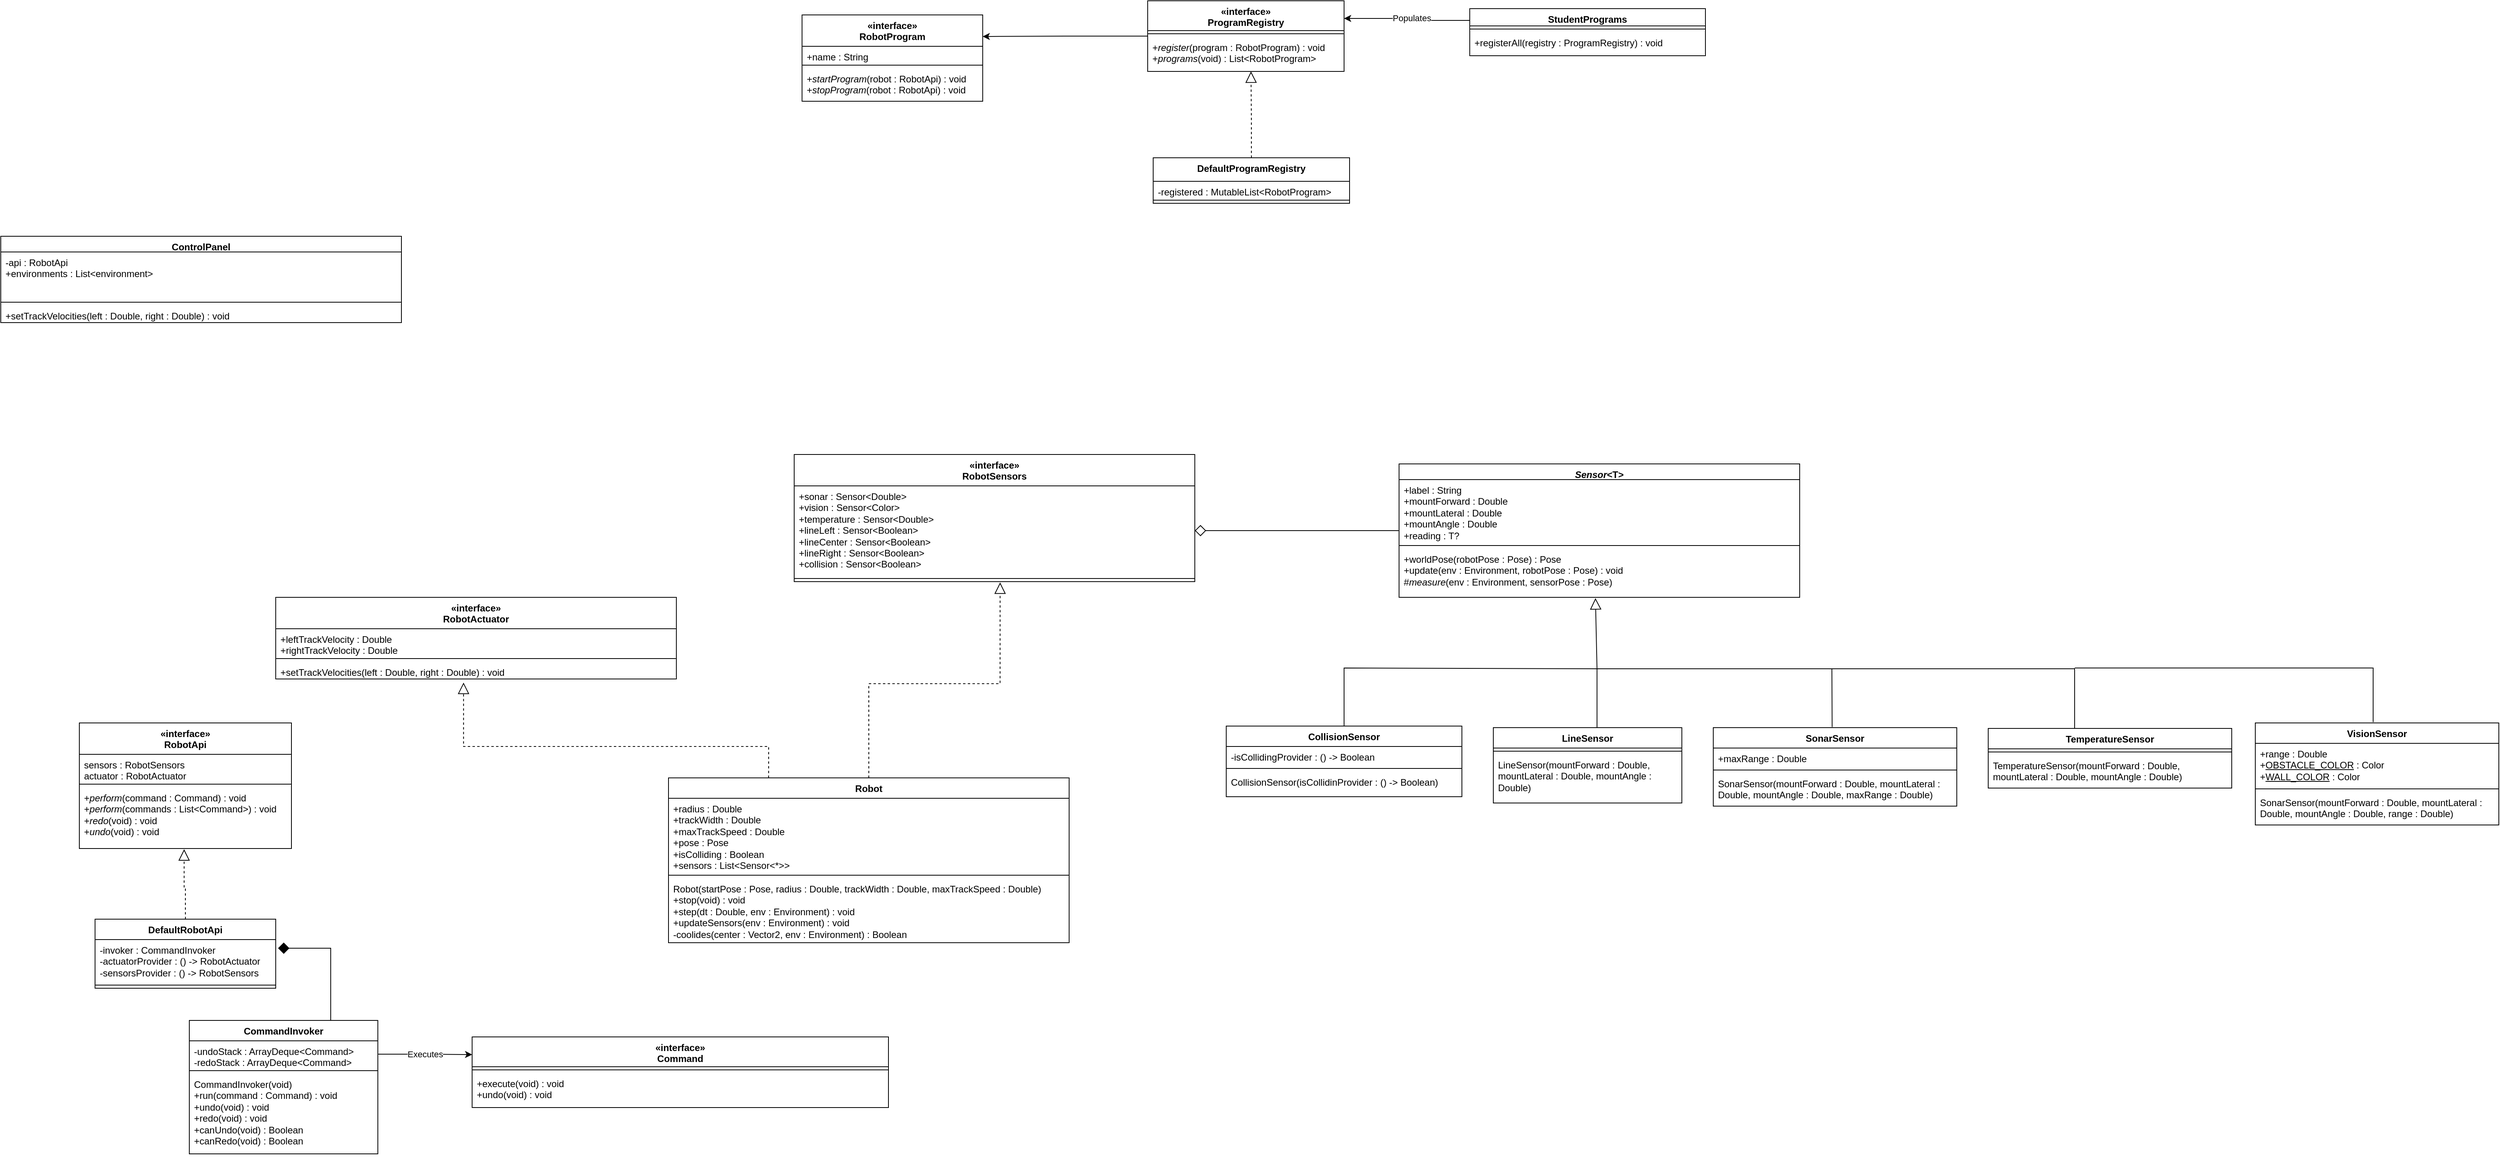
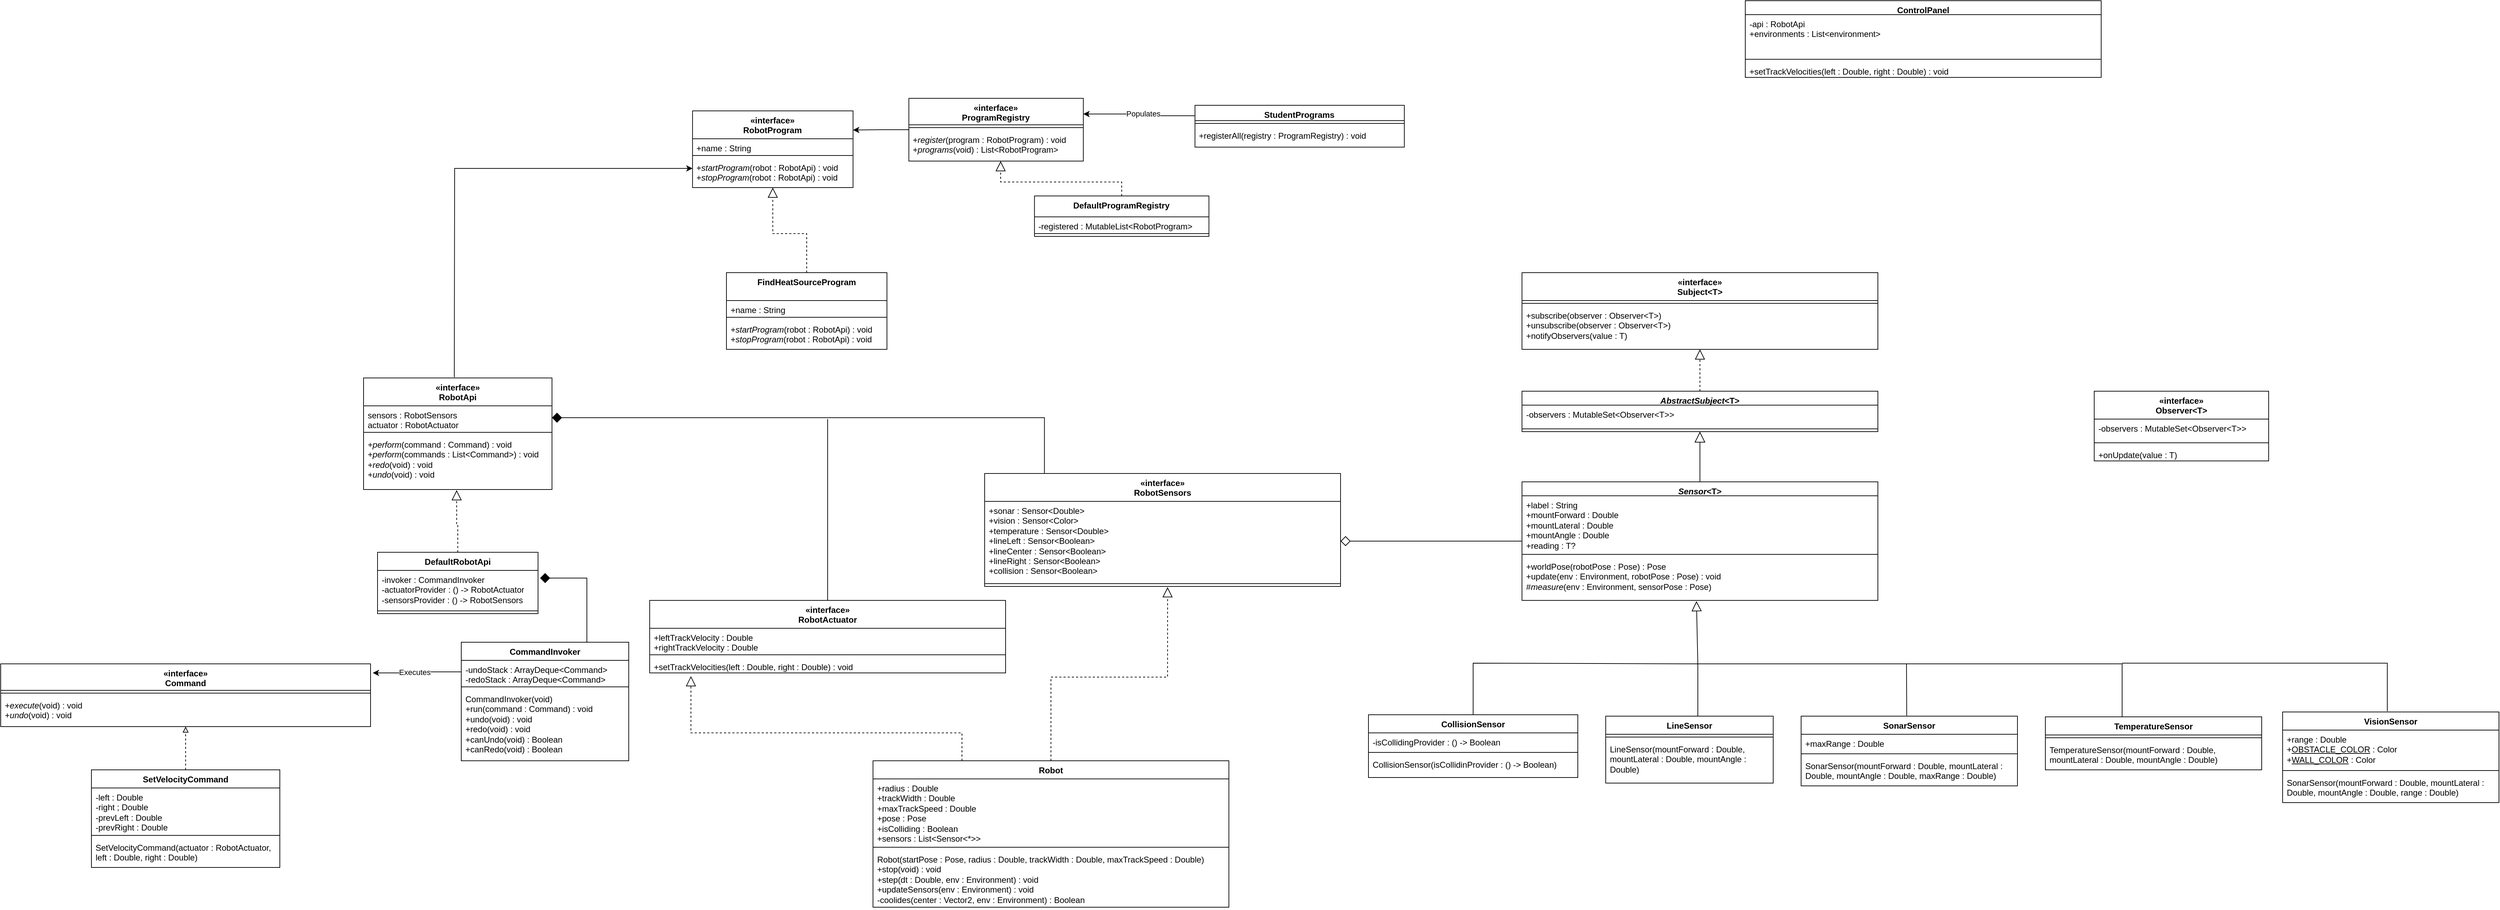
<mxfile host="app.diagrams.net">
  <diagram name="Page-1" id="tMCu-aB-U4VccTEEcrWO">
-     <mxGraphModel dx="4154" dy="1512" grid="1" gridSize="10" guides="1" tooltips="1" connect="1" arrows="1" fold="1" page="1" pageScale="1" pageWidth="850" pageHeight="1100" math="0" shadow="0">
+     <mxGraphModel dx="6526" dy="2894" grid="1" gridSize="10" guides="1" tooltips="1" connect="1" arrows="1" fold="1" page="1" pageScale="1" pageWidth="850" pageHeight="1100" math="0" shadow="0">
      <root>
        <mxCell id="0" />
        <mxCell id="1" parent="0" />
        <mxCell id="DFU4-BDVt1suQ_EQOy_E-17" edge="1" parent="1" source="DFU4-BDVt1suQ_EQOy_E-46" style="endArrow=block;rounded=0;exitX=0.5;exitY=0;exitDx=0;exitDy=0;endFill=0;endSize=12;" value="">
          <mxGeometry height="50" relative="1" width="50" as="geometry">
            <Array as="points">
              <mxPoint x="-1070" y="-130" />
              <mxPoint x="-748" y="-129" />
            </Array>
            <mxPoint x="-1092.29" y="-31.25999999999999" as="sourcePoint" />
            <mxPoint x="-750" y="-219" as="targetPoint" />
          </mxGeometry>
        </mxCell>
        <mxCell id="DFU4-BDVt1suQ_EQOy_E-18" edge="1" parent="1" style="endArrow=none;html=1;rounded=0;entryX=0.5;entryY=0;entryDx=0;entryDy=0;" value="">
          <mxGeometry height="50" relative="1" width="50" as="geometry">
            <mxPoint x="-748" y="-129" as="sourcePoint" />
            <mxPoint x="-747.9999999999995" y="-54" as="targetPoint" />
          </mxGeometry>
        </mxCell>
        <mxCell id="DFU4-BDVt1suQ_EQOy_E-23" edge="1" parent="1" style="endArrow=none;html=1;rounded=0;entryX=0.469;entryY=0.01;entryDx=0;entryDy=0;entryPerimeter=0;" value="">
          <mxGeometry height="50" relative="1" width="50" as="geometry">
            <Array as="points">
              <mxPoint x="-449" y="-129" />
            </Array>
            <mxPoint x="-748" y="-129" as="sourcePoint" />
            <mxPoint x="-448.67999999999984" y="-54.69999999999982" as="targetPoint" />
          </mxGeometry>
        </mxCell>
        <mxCell id="DFU4-BDVt1suQ_EQOy_E-37" edge="1" parent="1" style="endArrow=none;html=1;rounded=0;entryX=0.5;entryY=0;entryDx=0;entryDy=0;" value="">
          <mxGeometry height="50" relative="1" width="50" as="geometry">
            <Array as="points">
              <mxPoint x="-140" y="-129" />
            </Array>
            <mxPoint x="-450" y="-129" as="sourcePoint" />
            <mxPoint x="-140" y="-53" as="targetPoint" />
          </mxGeometry>
        </mxCell>
        <mxCell id="DFU4-BDVt1suQ_EQOy_E-46" parent="1" style="swimlane;fontStyle=1;align=center;verticalAlign=top;childLayout=stackLayout;horizontal=1;startSize=26;horizontalStack=0;resizeParent=1;resizeParentMax=0;resizeLast=0;collapsible=1;marginBottom=0;whiteSpace=wrap;html=1;" value="CollisionSensor" vertex="1">
          <mxGeometry height="90" width="300" x="-1220" y="-56" as="geometry" />
        </mxCell>
        <mxCell id="DFU4-BDVt1suQ_EQOy_E-47" parent="DFU4-BDVt1suQ_EQOy_E-46" style="text;strokeColor=none;fillColor=none;align=left;verticalAlign=top;spacingLeft=4;spacingRight=4;overflow=hidden;rotatable=0;points=[[0,0.5],[1,0.5]];portConstraint=eastwest;whiteSpace=wrap;html=1;" value="-isCollidingProvider : () -&amp;gt; Boolean" vertex="1">
          <mxGeometry height="24" width="300" y="26" as="geometry" />
        </mxCell>
        <mxCell id="DFU4-BDVt1suQ_EQOy_E-48" parent="DFU4-BDVt1suQ_EQOy_E-46" style="line;strokeWidth=1;fillColor=none;align=left;verticalAlign=middle;spacingTop=-1;spacingLeft=3;spacingRight=3;rotatable=0;labelPosition=right;points=[];portConstraint=eastwest;strokeColor=inherit;" value="" vertex="1">
          <mxGeometry height="8" width="300" y="50" as="geometry" />
        </mxCell>
        <mxCell id="DFU4-BDVt1suQ_EQOy_E-49" parent="DFU4-BDVt1suQ_EQOy_E-46" style="text;strokeColor=none;fillColor=none;align=left;verticalAlign=top;spacingLeft=4;spacingRight=4;overflow=hidden;rotatable=0;points=[[0,0.5],[1,0.5]];portConstraint=eastwest;whiteSpace=wrap;html=1;" value="CollisionSensor(isCollidinProvider : () -&amp;gt; Boolean)" vertex="1">
          <mxGeometry height="32" width="300" y="58" as="geometry" />
        </mxCell>
        <mxCell id="DFU4-BDVt1suQ_EQOy_E-50" parent="1" style="swimlane;fontStyle=1;align=center;verticalAlign=top;childLayout=stackLayout;horizontal=1;startSize=26;horizontalStack=0;resizeParent=1;resizeParentMax=0;resizeLast=0;collapsible=1;marginBottom=0;whiteSpace=wrap;html=1;" value="LineSensor" vertex="1">
          <mxGeometry height="96" width="240" x="-880" y="-54" as="geometry" />
        </mxCell>
        <mxCell id="DFU4-BDVt1suQ_EQOy_E-52" parent="DFU4-BDVt1suQ_EQOy_E-50" style="line;strokeWidth=1;fillColor=none;align=left;verticalAlign=middle;spacingTop=-1;spacingLeft=3;spacingRight=3;rotatable=0;labelPosition=right;points=[];portConstraint=eastwest;strokeColor=inherit;" value="" vertex="1">
          <mxGeometry height="8" width="240" y="26" as="geometry" />
        </mxCell>
        <mxCell id="DFU4-BDVt1suQ_EQOy_E-53" parent="DFU4-BDVt1suQ_EQOy_E-50" style="text;strokeColor=none;fillColor=none;align=left;verticalAlign=top;spacingLeft=4;spacingRight=4;overflow=hidden;rotatable=0;points=[[0,0.5],[1,0.5]];portConstraint=eastwest;whiteSpace=wrap;html=1;" value="LineSensor(mountForward : Double, mountLateral : Double, mountAngle : Double)" vertex="1">
          <mxGeometry height="62" width="240" y="34" as="geometry" />
        </mxCell>
        <mxCell id="DFU4-BDVt1suQ_EQOy_E-54" parent="1" style="swimlane;fontStyle=1;align=center;verticalAlign=top;childLayout=stackLayout;horizontal=1;startSize=26;horizontalStack=0;resizeParent=1;resizeParentMax=0;resizeLast=0;collapsible=1;marginBottom=0;whiteSpace=wrap;html=1;" value="SonarSensor" vertex="1">
          <mxGeometry height="100" width="310" x="-600" y="-54" as="geometry" />
        </mxCell>
        <mxCell id="DFU4-BDVt1suQ_EQOy_E-55" parent="DFU4-BDVt1suQ_EQOy_E-54" style="text;strokeColor=none;fillColor=none;align=left;verticalAlign=top;spacingLeft=4;spacingRight=4;overflow=hidden;rotatable=0;points=[[0,0.5],[1,0.5]];portConstraint=eastwest;whiteSpace=wrap;html=1;" value="+maxRange : Double" vertex="1">
          <mxGeometry height="24" width="310" y="26" as="geometry" />
        </mxCell>
        <mxCell id="DFU4-BDVt1suQ_EQOy_E-56" parent="DFU4-BDVt1suQ_EQOy_E-54" style="line;strokeWidth=1;fillColor=none;align=left;verticalAlign=middle;spacingTop=-1;spacingLeft=3;spacingRight=3;rotatable=0;labelPosition=right;points=[];portConstraint=eastwest;strokeColor=inherit;" value="" vertex="1">
          <mxGeometry height="8" width="310" y="50" as="geometry" />
        </mxCell>
        <mxCell id="DFU4-BDVt1suQ_EQOy_E-57" parent="DFU4-BDVt1suQ_EQOy_E-54" style="text;strokeColor=none;fillColor=none;align=left;verticalAlign=top;spacingLeft=4;spacingRight=4;overflow=hidden;rotatable=0;points=[[0,0.5],[1,0.5]];portConstraint=eastwest;whiteSpace=wrap;html=1;" value="SonarSensor(mountForward : Double, mountLateral : Double, mountAngle : Double, maxRange : Double)" vertex="1">
          <mxGeometry height="42" width="310" y="58" as="geometry" />
        </mxCell>
        <mxCell id="8VfVwFSjIj2G1kZD1h_D-32" edge="1" parent="1" source="WTnimUn4bbn-ins8jR0R-40" style="endArrow=block;html=1;rounded=0;entryX=0.47;entryY=0.968;entryDx=0;entryDy=0;entryPerimeter=0;dashed=1;endFill=0;endSize=12;exitX=0.25;exitY=0;exitDx=0;exitDy=0;" value="">
          <mxGeometry height="50" relative="1" width="50" as="geometry">
            <Array as="points">
              <mxPoint x="-1802.5" y="-30" />
              <mxPoint x="-2190.9" y="-30" />
            </Array>
            <mxPoint x="-1970.9" y="640" as="sourcePoint" />
            <mxPoint x="-2190.9" y="-111.40800000000013" as="targetPoint" />
          </mxGeometry>
        </mxCell>
        <mxCell id="WTnimUn4bbn-ins8jR0R-40" parent="1" style="swimlane;fontStyle=1;align=center;verticalAlign=top;childLayout=stackLayout;horizontal=1;startSize=26;horizontalStack=0;resizeParent=1;resizeParentMax=0;resizeLast=0;collapsible=1;marginBottom=0;whiteSpace=wrap;html=1;" value="Robot" vertex="1">
          <mxGeometry height="210" width="510" x="-1930" y="10" as="geometry" />
        </mxCell>
        <mxCell id="WTnimUn4bbn-ins8jR0R-41" parent="WTnimUn4bbn-ins8jR0R-40" style="text;strokeColor=none;fillColor=none;align=left;verticalAlign=top;spacingLeft=4;spacingRight=4;overflow=hidden;rotatable=0;points=[[0,0.5],[1,0.5]];portConstraint=eastwest;whiteSpace=wrap;html=1;" value="&lt;div&gt;+radius : Double&lt;/div&gt;&lt;div&gt;+trackWidth : Double&lt;/div&gt;&lt;div&gt;+maxTrackSpeed : Double&lt;/div&gt;&lt;div&gt;+pose : Pose&lt;/div&gt;&lt;div&gt;+isColliding : Boolean&lt;/div&gt;&lt;div&gt;+sensors : List&amp;lt;Sensor&amp;lt;*&amp;gt;&amp;gt;&lt;/div&gt;" vertex="1">
          <mxGeometry height="94" width="510" y="26" as="geometry" />
        </mxCell>
        <mxCell id="WTnimUn4bbn-ins8jR0R-42" parent="WTnimUn4bbn-ins8jR0R-40" style="line;strokeWidth=1;fillColor=none;align=left;verticalAlign=middle;spacingTop=-1;spacingLeft=3;spacingRight=3;rotatable=0;labelPosition=right;points=[];portConstraint=eastwest;strokeColor=inherit;" value="" vertex="1">
          <mxGeometry height="8" width="510" y="120" as="geometry" />
        </mxCell>
        <mxCell id="WTnimUn4bbn-ins8jR0R-43" parent="WTnimUn4bbn-ins8jR0R-40" style="text;strokeColor=none;fillColor=none;align=left;verticalAlign=top;spacingLeft=4;spacingRight=4;overflow=hidden;rotatable=0;points=[[0,0.5],[1,0.5]];portConstraint=eastwest;whiteSpace=wrap;html=1;" value="&lt;div&gt;Robot(startPose : Pose, radius : Double, trackWidth : Double, maxTrackSpeed : Double)&lt;/div&gt;&lt;div&gt;+stop(void) : void&lt;/div&gt;&lt;div&gt;+step(dt : Double, env : Environment) : void&lt;/div&gt;&lt;div&gt;+updateSensors(env : Environment) : void&lt;/div&gt;&lt;div&gt;-coolides(center : Vector2, env : Environment) : Boolean&lt;/div&gt;" vertex="1">
          <mxGeometry height="82" width="510" y="128" as="geometry" />
        </mxCell>
        <mxCell id="kxeUvhl_VTsubpaQ-C6P-1" parent="1" style="swimlane;fontStyle=1;align=center;verticalAlign=top;childLayout=stackLayout;horizontal=1;startSize=38;horizontalStack=0;resizeParent=1;resizeParentMax=0;resizeLast=0;collapsible=1;marginBottom=0;whiteSpace=wrap;html=1;" value="&lt;div&gt;«interface»&lt;/div&gt;Command" vertex="1">
-           <mxGeometry height="90" width="530" x="-2180" y="340" as="geometry" />
+           <mxGeometry height="90" width="530" x="-3180" y="-129" as="geometry" />
        </mxCell>
        <mxCell id="kxeUvhl_VTsubpaQ-C6P-2" parent="kxeUvhl_VTsubpaQ-C6P-1" style="line;strokeWidth=1;fillColor=none;align=left;verticalAlign=middle;spacingTop=-1;spacingLeft=3;spacingRight=3;rotatable=0;labelPosition=right;points=[];portConstraint=eastwest;strokeColor=inherit;" value="" vertex="1">
          <mxGeometry height="8" width="530" y="38" as="geometry" />
        </mxCell>
-         <mxCell id="kxeUvhl_VTsubpaQ-C6P-3" parent="kxeUvhl_VTsubpaQ-C6P-1" style="text;strokeColor=none;fillColor=none;align=left;verticalAlign=top;spacingLeft=4;spacingRight=4;overflow=hidden;rotatable=0;points=[[0,0.5],[1,0.5]];portConstraint=eastwest;whiteSpace=wrap;html=1;" value="&lt;div&gt;+execute(void) : void&lt;/div&gt;&lt;div&gt;+undo(void) : void&lt;/div&gt;" vertex="1">
+         <mxCell id="kxeUvhl_VTsubpaQ-C6P-3" parent="kxeUvhl_VTsubpaQ-C6P-1" style="text;strokeColor=none;fillColor=none;align=left;verticalAlign=top;spacingLeft=4;spacingRight=4;overflow=hidden;rotatable=0;points=[[0,0.5],[1,0.5]];portConstraint=eastwest;whiteSpace=wrap;html=1;" value="&lt;div&gt;+&lt;i&gt;execute&lt;/i&gt;(void) : void&lt;/div&gt;&lt;div&gt;+&lt;i&gt;undo&lt;/i&gt;(void) : void&lt;/div&gt;" vertex="1">
          <mxGeometry height="44" width="530" y="46" as="geometry" />
        </mxCell>
-         <mxCell id="kxeUvhl_VTsubpaQ-C6P-8" edge="1" parent="1" source="kxeUvhl_VTsubpaQ-C6P-5" style="edgeStyle=orthogonalEdgeStyle;rounded=0;orthogonalLoop=1;jettySize=auto;html=1;exitX=1;exitY=0.5;exitDx=0;exitDy=0;entryX=0;entryY=0.25;entryDx=0;entryDy=0;" target="kxeUvhl_VTsubpaQ-C6P-1">
-           <mxGeometry relative="1" as="geometry">
-             <Array as="points">
-               <mxPoint x="-2239.93" y="362" />
-               <mxPoint x="-2239.93" y="363.47" />
-             </Array>
-             <mxPoint x="-1310" y="301" as="targetPoint" />
-           </mxGeometry>
-         </mxCell>
-         <mxCell id="kxeUvhl_VTsubpaQ-C6P-76" connectable="0" parent="kxeUvhl_VTsubpaQ-C6P-8" style="edgeLabel;html=1;align=center;verticalAlign=middle;resizable=0;points=[];" value="Executes" vertex="1">
-           <mxGeometry relative="1" x="-0.0056" as="geometry">
-             <mxPoint as="offset" />
-           </mxGeometry>
-         </mxCell>
        <mxCell id="kxeUvhl_VTsubpaQ-C6P-4" parent="1" style="swimlane;fontStyle=1;align=center;verticalAlign=top;childLayout=stackLayout;horizontal=1;startSize=26;horizontalStack=0;resizeParent=1;resizeParentMax=0;resizeLast=0;collapsible=1;marginBottom=0;whiteSpace=wrap;html=1;" value="CommandInvoker" vertex="1">
-           <mxGeometry height="170" width="240" x="-2540" y="319" as="geometry" />
+           <mxGeometry height="170" width="240" x="-2520" y="-160" as="geometry" />
        </mxCell>
        <mxCell id="kxeUvhl_VTsubpaQ-C6P-5" parent="kxeUvhl_VTsubpaQ-C6P-4" style="text;strokeColor=none;fillColor=none;align=left;verticalAlign=top;spacingLeft=4;spacingRight=4;overflow=hidden;rotatable=0;points=[[0,0.5],[1,0.5]];portConstraint=eastwest;whiteSpace=wrap;html=1;" value="&lt;div&gt;-undoStack : ArrayDeque&amp;lt;Command&amp;gt;&lt;/div&gt;&lt;div&gt;-redoStack : ArrayDeque&amp;lt;Command&amp;gt;&lt;/div&gt;" vertex="1">
          <mxGeometry height="34" width="240" y="26" as="geometry" />
        </mxCell>
        <mxCell id="kxeUvhl_VTsubpaQ-C6P-6" parent="kxeUvhl_VTsubpaQ-C6P-4" style="line;strokeWidth=1;fillColor=none;align=left;verticalAlign=middle;spacingTop=-1;spacingLeft=3;spacingRight=3;rotatable=0;labelPosition=right;points=[];portConstraint=eastwest;strokeColor=inherit;" value="" vertex="1">
          <mxGeometry height="8" width="240" y="60" as="geometry" />
        </mxCell>
        <mxCell id="kxeUvhl_VTsubpaQ-C6P-7" parent="kxeUvhl_VTsubpaQ-C6P-4" style="text;strokeColor=none;fillColor=none;align=left;verticalAlign=top;spacingLeft=4;spacingRight=4;overflow=hidden;rotatable=0;points=[[0,0.5],[1,0.5]];portConstraint=eastwest;whiteSpace=wrap;html=1;" value="&lt;div&gt;CommandInvoker(void)&lt;/div&gt;&lt;div&gt;+run(command : Command) : void&lt;/div&gt;&lt;div&gt;+undo(void) : void&lt;/div&gt;&lt;div&gt;+redo(void) : void&lt;/div&gt;&lt;div&gt;+canUndo(void) : Boolean&lt;/div&gt;&lt;div&gt;+canRedo(void) : Boolean&lt;/div&gt;" vertex="1">
          <mxGeometry height="102" width="240" y="68" as="geometry" />
        </mxCell>
+         <mxCell id="irVMrPAiL1bto5d27LNO-5" edge="1" parent="1" source="kxeUvhl_VTsubpaQ-C6P-9" style="edgeStyle=orthogonalEdgeStyle;rounded=0;orthogonalLoop=1;jettySize=auto;html=1;endArrow=none;endFill=0;startArrow=none;startFill=0;">
+           <mxGeometry relative="1" as="geometry">
+             <mxPoint x="-1995" y="-480" as="targetPoint" />
+           </mxGeometry>
+         </mxCell>
        <mxCell id="kxeUvhl_VTsubpaQ-C6P-9" parent="1" style="swimlane;fontStyle=1;align=center;verticalAlign=top;childLayout=stackLayout;horizontal=1;startSize=40;horizontalStack=0;resizeParent=1;resizeParentMax=0;resizeLast=0;collapsible=1;marginBottom=0;whiteSpace=wrap;html=1;" value="«interface»&lt;div&gt;RobotActuator&lt;/div&gt;" vertex="1">
-           <mxGeometry height="104" width="510" x="-2430" y="-220" as="geometry" />
+           <mxGeometry height="104" width="510" x="-2250" y="-220" as="geometry" />
        </mxCell>
        <mxCell id="kxeUvhl_VTsubpaQ-C6P-10" parent="kxeUvhl_VTsubpaQ-C6P-9" style="text;strokeColor=none;fillColor=none;align=left;verticalAlign=top;spacingLeft=4;spacingRight=4;overflow=hidden;rotatable=0;points=[[0,0.5],[1,0.5]];portConstraint=eastwest;whiteSpace=wrap;html=1;" value="&lt;div&gt;+leftTrackVelocity : Double&lt;/div&gt;&lt;div&gt;+rightTrackVelocity : Double&lt;/div&gt;&lt;div&gt;&lt;br&gt;&lt;/div&gt;" vertex="1">
          <mxGeometry height="34" width="510" y="40" as="geometry" />
        </mxCell>
        <mxCell id="kxeUvhl_VTsubpaQ-C6P-11" parent="kxeUvhl_VTsubpaQ-C6P-9" style="line;strokeWidth=1;fillColor=none;align=left;verticalAlign=middle;spacingTop=-1;spacingLeft=3;spacingRight=3;rotatable=0;labelPosition=right;points=[];portConstraint=eastwest;strokeColor=inherit;" value="" vertex="1">
          <mxGeometry height="8" width="510" y="74" as="geometry" />
        </mxCell>
        <mxCell id="kxeUvhl_VTsubpaQ-C6P-12" parent="kxeUvhl_VTsubpaQ-C6P-9" style="text;strokeColor=none;fillColor=none;align=left;verticalAlign=top;spacingLeft=4;spacingRight=4;overflow=hidden;rotatable=0;points=[[0,0.5],[1,0.5]];portConstraint=eastwest;whiteSpace=wrap;html=1;" value="+setTrackVelocities(left : Double, right : Double) : void" vertex="1">
          <mxGeometry height="22" width="510" y="82" as="geometry" />
        </mxCell>
        <mxCell id="kxeUvhl_VTsubpaQ-C6P-13" parent="1" style="swimlane;fontStyle=1;align=center;verticalAlign=top;childLayout=stackLayout;horizontal=1;startSize=40;horizontalStack=0;resizeParent=1;resizeParentMax=0;resizeLast=0;collapsible=1;marginBottom=0;whiteSpace=wrap;html=1;" value="«interface»&lt;div&gt;RobotSensors&lt;/div&gt;" vertex="1">
          <mxGeometry height="162" width="510" x="-1770" y="-402" as="geometry" />
        </mxCell>
        <mxCell id="kxeUvhl_VTsubpaQ-C6P-14" parent="kxeUvhl_VTsubpaQ-C6P-13" style="text;strokeColor=none;fillColor=none;align=left;verticalAlign=top;spacingLeft=4;spacingRight=4;overflow=hidden;rotatable=0;points=[[0,0.5],[1,0.5]];portConstraint=eastwest;whiteSpace=wrap;html=1;" value="&lt;div&gt;+sonar : Sensor&amp;lt;Double&amp;gt;&lt;/div&gt;&lt;div&gt;+vision : Sensor&amp;lt;Color&amp;gt;&lt;/div&gt;&lt;div&gt;+temperature : Sensor&amp;lt;Double&amp;gt;&lt;/div&gt;&lt;div&gt;+lineLeft : Sensor&amp;lt;Boolean&amp;gt;&lt;div&gt;&lt;/div&gt;&lt;div&gt;+lineCenter : Sensor&amp;lt;Boolean&amp;gt;&lt;div&gt;&lt;/div&gt;&lt;div&gt;+lineRight : Sensor&amp;lt;Boolean&amp;gt;&lt;div&gt;&lt;/div&gt;&lt;div&gt;+collision : Sensor&amp;lt;Boolean&amp;gt;&lt;/div&gt;&lt;/div&gt;&lt;/div&gt;&lt;/div&gt;&lt;div&gt;&lt;br&gt;&lt;/div&gt;" vertex="1">
          <mxGeometry height="114" width="510" y="40" as="geometry" />
        </mxCell>
        <mxCell id="kxeUvhl_VTsubpaQ-C6P-15" parent="kxeUvhl_VTsubpaQ-C6P-13" style="line;strokeWidth=1;fillColor=none;align=left;verticalAlign=middle;spacingTop=-1;spacingLeft=3;spacingRight=3;rotatable=0;labelPosition=right;points=[];portConstraint=eastwest;strokeColor=inherit;" value="" vertex="1">
          <mxGeometry height="8" width="510" y="154" as="geometry" />
        </mxCell>
        <mxCell id="kxeUvhl_VTsubpaQ-C6P-17" edge="1" parent="1" source="WTnimUn4bbn-ins8jR0R-40" style="edgeStyle=orthogonalEdgeStyle;rounded=0;orthogonalLoop=1;jettySize=auto;html=1;exitX=0.5;exitY=0;exitDx=0;exitDy=0;entryX=0.514;entryY=1.125;entryDx=0;entryDy=0;entryPerimeter=0;dashed=1;endArrow=block;endFill=0;endSize=12;" target="kxeUvhl_VTsubpaQ-C6P-15">
          <mxGeometry relative="1" as="geometry" />
        </mxCell>
        <mxCell id="kxeUvhl_VTsubpaQ-C6P-36" edge="1" parent="1" source="kxeUvhl_VTsubpaQ-C6P-18" style="edgeStyle=orthogonalEdgeStyle;rounded=0;orthogonalLoop=1;jettySize=auto;html=1;exitX=0;exitY=0.5;exitDx=0;exitDy=0;entryX=1;entryY=0.5;entryDx=0;entryDy=0;endArrow=diamond;endFill=0;endSize=12;" target="kxeUvhl_VTsubpaQ-C6P-14">
          <mxGeometry relative="1" as="geometry" />
        </mxCell>
+         <mxCell id="irVMrPAiL1bto5d27LNO-19" edge="1" parent="1" source="kxeUvhl_VTsubpaQ-C6P-18" style="edgeStyle=orthogonalEdgeStyle;rounded=0;orthogonalLoop=1;jettySize=auto;html=1;entryX=0.5;entryY=1;entryDx=0;entryDy=0;endArrow=block;endFill=0;endSize=13;" target="irVMrPAiL1bto5d27LNO-6">
+           <mxGeometry relative="1" as="geometry" />
+         </mxCell>
        <mxCell id="kxeUvhl_VTsubpaQ-C6P-18" parent="1" style="swimlane;fontStyle=1;align=center;verticalAlign=top;childLayout=stackLayout;horizontal=1;startSize=20;horizontalStack=0;resizeParent=1;resizeParentMax=0;resizeLast=0;collapsible=1;marginBottom=0;whiteSpace=wrap;html=1;" value="&lt;div&gt;&lt;i&gt;Sensor&lt;/i&gt;&amp;lt;T&amp;gt;&lt;/div&gt;" vertex="1">
          <mxGeometry height="170" width="510" x="-1000" y="-390" as="geometry" />
        </mxCell>
        <mxCell id="kxeUvhl_VTsubpaQ-C6P-19" parent="kxeUvhl_VTsubpaQ-C6P-18" style="text;strokeColor=none;fillColor=none;align=left;verticalAlign=top;spacingLeft=4;spacingRight=4;overflow=hidden;rotatable=0;points=[[0,0.5],[1,0.5]];portConstraint=eastwest;whiteSpace=wrap;html=1;" value="&lt;div&gt;+label : String&lt;/div&gt;&lt;div&gt;+mountForward : Double&lt;div&gt;&lt;/div&gt;&lt;div&gt;+mountLateral : Double&lt;div&gt;&lt;/div&gt;&lt;div&gt;+mountAngle : Double&lt;/div&gt;&lt;div&gt;+reading : T?&lt;/div&gt;&lt;/div&gt;&lt;/div&gt;" vertex="1">
          <mxGeometry height="80" width="510" y="20" as="geometry" />
        </mxCell>
        <mxCell id="kxeUvhl_VTsubpaQ-C6P-20" parent="kxeUvhl_VTsubpaQ-C6P-18" style="line;strokeWidth=1;fillColor=none;align=left;verticalAlign=middle;spacingTop=-1;spacingLeft=3;spacingRight=3;rotatable=0;labelPosition=right;points=[];portConstraint=eastwest;strokeColor=inherit;" value="" vertex="1">
          <mxGeometry height="8" width="510" y="100" as="geometry" />
        </mxCell>
        <mxCell id="kxeUvhl_VTsubpaQ-C6P-21" parent="kxeUvhl_VTsubpaQ-C6P-18" style="text;strokeColor=none;fillColor=none;align=left;verticalAlign=top;spacingLeft=4;spacingRight=4;overflow=hidden;rotatable=0;points=[[0,0.5],[1,0.5]];portConstraint=eastwest;whiteSpace=wrap;html=1;" value="&lt;div&gt;+worldPose(robotPose : Pose) : Pose&lt;/div&gt;&lt;div&gt;+update(env : Environment, robotPose : Pose) : void&lt;/div&gt;&lt;div&gt;#&lt;i&gt;measure&lt;/i&gt;(env : Environment, sensorPose : Pose)&lt;/div&gt;" vertex="1">
          <mxGeometry height="62" width="510" y="108" as="geometry" />
        </mxCell>
        <mxCell id="kxeUvhl_VTsubpaQ-C6P-23" parent="1" style="swimlane;fontStyle=1;align=center;verticalAlign=top;childLayout=stackLayout;horizontal=1;startSize=26;horizontalStack=0;resizeParent=1;resizeParentMax=0;resizeLast=0;collapsible=1;marginBottom=0;whiteSpace=wrap;html=1;" value="TemperatureSensor" vertex="1">
          <mxGeometry height="76" width="310" x="-250" y="-53" as="geometry" />
        </mxCell>
        <mxCell id="kxeUvhl_VTsubpaQ-C6P-25" parent="kxeUvhl_VTsubpaQ-C6P-23" style="line;strokeWidth=1;fillColor=none;align=left;verticalAlign=middle;spacingTop=-1;spacingLeft=3;spacingRight=3;rotatable=0;labelPosition=right;points=[];portConstraint=eastwest;strokeColor=inherit;" value="" vertex="1">
          <mxGeometry height="8" width="310" y="26" as="geometry" />
        </mxCell>
        <mxCell id="kxeUvhl_VTsubpaQ-C6P-26" parent="kxeUvhl_VTsubpaQ-C6P-23" style="text;strokeColor=none;fillColor=none;align=left;verticalAlign=top;spacingLeft=4;spacingRight=4;overflow=hidden;rotatable=0;points=[[0,0.5],[1,0.5]];portConstraint=eastwest;whiteSpace=wrap;html=1;" value="TemperatureSensor(mountForward : Double, mountLateral : Double, mountAngle : Double)" vertex="1">
          <mxGeometry height="42" width="310" y="34" as="geometry" />
        </mxCell>
        <mxCell id="kxeUvhl_VTsubpaQ-C6P-31" parent="1" style="swimlane;fontStyle=1;align=center;verticalAlign=top;childLayout=stackLayout;horizontal=1;startSize=26;horizontalStack=0;resizeParent=1;resizeParentMax=0;resizeLast=0;collapsible=1;marginBottom=0;whiteSpace=wrap;html=1;" value="VisionSensor" vertex="1">
          <mxGeometry height="130" width="310" x="90" y="-60" as="geometry" />
        </mxCell>
        <mxCell id="kxeUvhl_VTsubpaQ-C6P-32" parent="kxeUvhl_VTsubpaQ-C6P-31" style="text;strokeColor=none;fillColor=none;align=left;verticalAlign=top;spacingLeft=4;spacingRight=4;overflow=hidden;rotatable=0;points=[[0,0.5],[1,0.5]];portConstraint=eastwest;whiteSpace=wrap;html=1;" value="&lt;div&gt;+range : Double&lt;/div&gt;&lt;div&gt;+&lt;u&gt;OBSTACLE_COLOR&lt;/u&gt;&amp;nbsp;: Color&lt;div&gt;&lt;/div&gt;&lt;div&gt;+&lt;u&gt;WALL_COLOR&lt;/u&gt;&amp;nbsp;: Color&lt;/div&gt;&lt;/div&gt;" vertex="1">
          <mxGeometry height="54" width="310" y="26" as="geometry" />
        </mxCell>
        <mxCell id="kxeUvhl_VTsubpaQ-C6P-33" parent="kxeUvhl_VTsubpaQ-C6P-31" style="line;strokeWidth=1;fillColor=none;align=left;verticalAlign=middle;spacingTop=-1;spacingLeft=3;spacingRight=3;rotatable=0;labelPosition=right;points=[];portConstraint=eastwest;strokeColor=inherit;" value="" vertex="1">
          <mxGeometry height="8" width="310" y="80" as="geometry" />
        </mxCell>
        <mxCell id="kxeUvhl_VTsubpaQ-C6P-34" parent="kxeUvhl_VTsubpaQ-C6P-31" style="text;strokeColor=none;fillColor=none;align=left;verticalAlign=top;spacingLeft=4;spacingRight=4;overflow=hidden;rotatable=0;points=[[0,0.5],[1,0.5]];portConstraint=eastwest;whiteSpace=wrap;html=1;" value="SonarSensor(mountForward : Double, mountLateral : Double, mountAngle : Double, range : Double)" vertex="1">
          <mxGeometry height="42" width="310" y="88" as="geometry" />
        </mxCell>
        <mxCell id="kxeUvhl_VTsubpaQ-C6P-35" edge="1" parent="1" style="endArrow=none;html=1;rounded=0;entryX=0.5;entryY=0;entryDx=0;entryDy=0;" value="">
          <mxGeometry height="50" relative="1" width="50" as="geometry">
            <Array as="points">
              <mxPoint x="240" y="-130" />
            </Array>
            <mxPoint x="-140" y="-130" as="sourcePoint" />
            <mxPoint x="240" y="-61" as="targetPoint" />
          </mxGeometry>
        </mxCell>
        <mxCell id="kxeUvhl_VTsubpaQ-C6P-38" parent="1" style="swimlane;fontStyle=1;align=center;verticalAlign=top;childLayout=stackLayout;horizontal=1;startSize=26;horizontalStack=0;resizeParent=1;resizeParentMax=0;resizeLast=0;collapsible=1;marginBottom=0;whiteSpace=wrap;html=1;" value="DefaultRobotApi" vertex="1">
-           <mxGeometry height="88" width="230" x="-2660" y="190" as="geometry" />
+           <mxGeometry height="88" width="230" x="-2640" y="-289" as="geometry" />
        </mxCell>
        <mxCell id="kxeUvhl_VTsubpaQ-C6P-39" parent="kxeUvhl_VTsubpaQ-C6P-38" style="text;strokeColor=none;fillColor=none;align=left;verticalAlign=top;spacingLeft=4;spacingRight=4;overflow=hidden;rotatable=0;points=[[0,0.5],[1,0.5]];portConstraint=eastwest;whiteSpace=wrap;html=1;" value="&lt;div&gt;-invoker : CommandInvoker&lt;/div&gt;&lt;div&gt;-actuatorProvider : () -&amp;gt; RobotActuator&lt;/div&gt;&lt;div&gt;-sensorsProvider : () -&amp;gt; RobotSensors&lt;/div&gt;" vertex="1">
          <mxGeometry height="54" width="230" y="26" as="geometry" />
        </mxCell>
        <mxCell id="kxeUvhl_VTsubpaQ-C6P-40" parent="kxeUvhl_VTsubpaQ-C6P-38" style="line;strokeWidth=1;fillColor=none;align=left;verticalAlign=middle;spacingTop=-1;spacingLeft=3;spacingRight=3;rotatable=0;labelPosition=right;points=[];portConstraint=eastwest;strokeColor=inherit;" value="" vertex="1">
          <mxGeometry height="8" width="230" y="80" as="geometry" />
        </mxCell>
        <mxCell id="kxeUvhl_VTsubpaQ-C6P-60" edge="1" parent="1" source="kxeUvhl_VTsubpaQ-C6P-43" style="edgeStyle=orthogonalEdgeStyle;rounded=0;orthogonalLoop=1;jettySize=auto;html=1;exitX=0;exitY=0.5;exitDx=0;exitDy=0;entryX=1;entryY=0.25;entryDx=0;entryDy=0;" target="kxeUvhl_VTsubpaQ-C6P-56">
          <mxGeometry relative="1" as="geometry" />
        </mxCell>
        <mxCell id="kxeUvhl_VTsubpaQ-C6P-43" parent="1" style="swimlane;fontStyle=1;align=center;verticalAlign=top;childLayout=stackLayout;horizontal=1;startSize=38;horizontalStack=0;resizeParent=1;resizeParentMax=0;resizeLast=0;collapsible=1;marginBottom=0;whiteSpace=wrap;html=1;" value="&lt;div&gt;«interface»&lt;/div&gt;ProgramRegistry" vertex="1">
-           <mxGeometry height="90" width="250" x="-1320" y="-980" as="geometry" />
+           <mxGeometry height="90" width="250" x="-1878.6" y="-940" as="geometry" />
        </mxCell>
        <mxCell id="kxeUvhl_VTsubpaQ-C6P-44" parent="kxeUvhl_VTsubpaQ-C6P-43" style="line;strokeWidth=1;fillColor=none;align=left;verticalAlign=middle;spacingTop=-1;spacingLeft=3;spacingRight=3;rotatable=0;labelPosition=right;points=[];portConstraint=eastwest;strokeColor=inherit;" value="" vertex="1">
          <mxGeometry height="8" width="250" y="38" as="geometry" />
        </mxCell>
        <mxCell id="kxeUvhl_VTsubpaQ-C6P-45" parent="kxeUvhl_VTsubpaQ-C6P-43" style="text;strokeColor=none;fillColor=none;align=left;verticalAlign=top;spacingLeft=4;spacingRight=4;overflow=hidden;rotatable=0;points=[[0,0.5],[1,0.5]];portConstraint=eastwest;whiteSpace=wrap;html=1;" value="&lt;div&gt;+&lt;i&gt;register&lt;/i&gt;(program : RobotProgram) : void&lt;/div&gt;&lt;div&gt;+&lt;i&gt;programs&lt;/i&gt;(void) : List&amp;lt;RobotProgram&amp;gt;&lt;/div&gt;" vertex="1">
          <mxGeometry height="44" width="250" y="46" as="geometry" />
        </mxCell>
        <mxCell id="kxeUvhl_VTsubpaQ-C6P-46" parent="1" style="swimlane;fontStyle=1;align=center;verticalAlign=top;childLayout=stackLayout;horizontal=1;startSize=30;horizontalStack=0;resizeParent=1;resizeParentMax=0;resizeLast=0;collapsible=1;marginBottom=0;whiteSpace=wrap;html=1;" value="DefaultProgramRegistry" vertex="1">
-           <mxGeometry height="58" width="250" x="-1313" y="-780" as="geometry" />
+           <mxGeometry height="58" width="250" x="-1698.6" y="-800" as="geometry" />
        </mxCell>
        <mxCell id="kxeUvhl_VTsubpaQ-C6P-47" parent="kxeUvhl_VTsubpaQ-C6P-46" style="text;strokeColor=none;fillColor=none;align=left;verticalAlign=top;spacingLeft=4;spacingRight=4;overflow=hidden;rotatable=0;points=[[0,0.5],[1,0.5]];portConstraint=eastwest;whiteSpace=wrap;html=1;" value="-registered : MutableList&amp;lt;RobotProgram&amp;gt;" vertex="1">
          <mxGeometry height="20" width="250" y="30" as="geometry" />
        </mxCell>
        <mxCell id="kxeUvhl_VTsubpaQ-C6P-48" parent="kxeUvhl_VTsubpaQ-C6P-46" style="line;strokeWidth=1;fillColor=none;align=left;verticalAlign=middle;spacingTop=-1;spacingLeft=3;spacingRight=3;rotatable=0;labelPosition=right;points=[];portConstraint=eastwest;strokeColor=inherit;" value="" vertex="1">
          <mxGeometry height="8" width="250" y="50" as="geometry" />
        </mxCell>
        <mxCell id="kxeUvhl_VTsubpaQ-C6P-50" edge="1" parent="1" source="kxeUvhl_VTsubpaQ-C6P-46" style="edgeStyle=orthogonalEdgeStyle;rounded=0;orthogonalLoop=1;jettySize=auto;html=1;exitX=0.5;exitY=0;exitDx=0;exitDy=0;entryX=0.526;entryY=1;entryDx=0;entryDy=0;entryPerimeter=0;endArrow=block;endFill=0;endSize=12;dashed=1;" target="kxeUvhl_VTsubpaQ-C6P-45">
          <mxGeometry relative="1" as="geometry" />
        </mxCell>
        <mxCell id="kxeUvhl_VTsubpaQ-C6P-51" parent="1" style="swimlane;fontStyle=1;align=center;verticalAlign=top;childLayout=stackLayout;horizontal=1;startSize=40;horizontalStack=0;resizeParent=1;resizeParentMax=0;resizeLast=0;collapsible=1;marginBottom=0;whiteSpace=wrap;html=1;" value="«interface»&lt;div&gt;RobotApi&lt;/div&gt;" vertex="1">
-           <mxGeometry height="160" width="270" x="-2680" y="-60" as="geometry" />
+           <mxGeometry height="160" width="270" x="-2660" y="-539" as="geometry" />
        </mxCell>
        <mxCell id="kxeUvhl_VTsubpaQ-C6P-52" parent="kxeUvhl_VTsubpaQ-C6P-51" style="text;strokeColor=none;fillColor=none;align=left;verticalAlign=top;spacingLeft=4;spacingRight=4;overflow=hidden;rotatable=0;points=[[0,0.5],[1,0.5]];portConstraint=eastwest;whiteSpace=wrap;html=1;" value="&lt;div&gt;sensors : RobotSensors&lt;/div&gt;&lt;div&gt;actuator : RobotActuator&lt;/div&gt;" vertex="1">
          <mxGeometry height="34" width="270" y="40" as="geometry" />
        </mxCell>
        <mxCell id="kxeUvhl_VTsubpaQ-C6P-53" parent="kxeUvhl_VTsubpaQ-C6P-51" style="line;strokeWidth=1;fillColor=none;align=left;verticalAlign=middle;spacingTop=-1;spacingLeft=3;spacingRight=3;rotatable=0;labelPosition=right;points=[];portConstraint=eastwest;strokeColor=inherit;" value="" vertex="1">
          <mxGeometry height="8" width="270" y="74" as="geometry" />
        </mxCell>
        <mxCell id="kxeUvhl_VTsubpaQ-C6P-54" parent="kxeUvhl_VTsubpaQ-C6P-51" style="text;strokeColor=none;fillColor=none;align=left;verticalAlign=top;spacingLeft=4;spacingRight=4;overflow=hidden;rotatable=0;points=[[0,0.5],[1,0.5]];portConstraint=eastwest;whiteSpace=wrap;html=1;" value="&lt;div&gt;+&lt;i&gt;perform&lt;/i&gt;(command : Command) : void&lt;/div&gt;&lt;div&gt;+&lt;i&gt;perform&lt;/i&gt;(commands : List&amp;lt;Command&amp;gt;) : void&lt;/div&gt;&lt;div&gt;+&lt;i&gt;redo&lt;/i&gt;(void) : void&lt;/div&gt;&lt;div&gt;+&lt;i&gt;undo&lt;/i&gt;(void) : void&lt;/div&gt;" vertex="1">
          <mxGeometry height="78" width="270" y="82" as="geometry" />
        </mxCell>
        <mxCell id="kxeUvhl_VTsubpaQ-C6P-55" edge="1" parent="1" source="kxeUvhl_VTsubpaQ-C6P-38" style="edgeStyle=orthogonalEdgeStyle;rounded=0;orthogonalLoop=1;jettySize=auto;html=1;exitX=0.5;exitY=0;exitDx=0;exitDy=0;entryX=0.494;entryY=1.011;entryDx=0;entryDy=0;entryPerimeter=0;endArrow=block;endFill=0;endSize=12;dashed=1;" target="kxeUvhl_VTsubpaQ-C6P-54">
          <mxGeometry relative="1" as="geometry" />
        </mxCell>
        <mxCell id="kxeUvhl_VTsubpaQ-C6P-56" parent="1" style="swimlane;fontStyle=1;align=center;verticalAlign=top;childLayout=stackLayout;horizontal=1;startSize=40;horizontalStack=0;resizeParent=1;resizeParentMax=0;resizeLast=0;collapsible=1;marginBottom=0;whiteSpace=wrap;html=1;" value="«interface»&lt;div&gt;RobotProgram&lt;/div&gt;" vertex="1">
-           <mxGeometry height="110" width="230" x="-1760" y="-962" as="geometry" />
+           <mxGeometry height="110" width="230" x="-2188.6" y="-922" as="geometry" />
        </mxCell>
        <mxCell id="kxeUvhl_VTsubpaQ-C6P-57" parent="kxeUvhl_VTsubpaQ-C6P-56" style="text;strokeColor=none;fillColor=none;align=left;verticalAlign=top;spacingLeft=4;spacingRight=4;overflow=hidden;rotatable=0;points=[[0,0.5],[1,0.5]];portConstraint=eastwest;whiteSpace=wrap;html=1;" value="+name : String" vertex="1">
          <mxGeometry height="20" width="230" y="40" as="geometry" />
        </mxCell>
        <mxCell id="kxeUvhl_VTsubpaQ-C6P-58" parent="kxeUvhl_VTsubpaQ-C6P-56" style="line;strokeWidth=1;fillColor=none;align=left;verticalAlign=middle;spacingTop=-1;spacingLeft=3;spacingRight=3;rotatable=0;labelPosition=right;points=[];portConstraint=eastwest;strokeColor=inherit;" value="" vertex="1">
          <mxGeometry height="8" width="230" y="60" as="geometry" />
        </mxCell>
        <mxCell id="kxeUvhl_VTsubpaQ-C6P-59" parent="kxeUvhl_VTsubpaQ-C6P-56" style="text;strokeColor=none;fillColor=none;align=left;verticalAlign=top;spacingLeft=4;spacingRight=4;overflow=hidden;rotatable=0;points=[[0,0.5],[1,0.5]];portConstraint=eastwest;whiteSpace=wrap;html=1;" value="&lt;div&gt;+&lt;i&gt;startProgram&lt;/i&gt;(robot : RobotApi) : void&lt;/div&gt;&lt;div&gt;+&lt;i&gt;stopProgram&lt;/i&gt;(robot : RobotApi) : void&lt;/div&gt;" vertex="1">
          <mxGeometry height="42" width="230" y="68" as="geometry" />
        </mxCell>
        <mxCell id="kxeUvhl_VTsubpaQ-C6P-65" edge="1" parent="1" source="kxeUvhl_VTsubpaQ-C6P-61" style="edgeStyle=orthogonalEdgeStyle;rounded=0;orthogonalLoop=1;jettySize=auto;html=1;exitX=0;exitY=0.25;exitDx=0;exitDy=0;entryX=1;entryY=0.25;entryDx=0;entryDy=0;" target="kxeUvhl_VTsubpaQ-C6P-43">
          <mxGeometry relative="1" as="geometry" />
        </mxCell>
        <mxCell id="kxeUvhl_VTsubpaQ-C6P-66" connectable="0" parent="kxeUvhl_VTsubpaQ-C6P-65" style="edgeLabel;html=1;align=center;verticalAlign=middle;resizable=0;points=[];" value="Populates" vertex="1">
          <mxGeometry relative="1" x="-0.0963" y="-3" as="geometry">
            <mxPoint x="-1" as="offset" />
          </mxGeometry>
        </mxCell>
        <mxCell id="kxeUvhl_VTsubpaQ-C6P-61" parent="1" style="swimlane;fontStyle=1;align=center;verticalAlign=top;childLayout=stackLayout;horizontal=1;startSize=22;horizontalStack=0;resizeParent=1;resizeParentMax=0;resizeLast=0;collapsible=1;marginBottom=0;whiteSpace=wrap;html=1;" value="StudentPrograms" vertex="1">
-           <mxGeometry height="60" width="300" x="-910" y="-970" as="geometry" />
+           <mxGeometry height="60" width="300" x="-1468.6" y="-930" as="geometry" />
        </mxCell>
        <mxCell id="kxeUvhl_VTsubpaQ-C6P-63" parent="kxeUvhl_VTsubpaQ-C6P-61" style="line;strokeWidth=1;fillColor=none;align=left;verticalAlign=middle;spacingTop=-1;spacingLeft=3;spacingRight=3;rotatable=0;labelPosition=right;points=[];portConstraint=eastwest;strokeColor=inherit;" value="" vertex="1">
          <mxGeometry height="8" width="300" y="22" as="geometry" />
        </mxCell>
        <mxCell id="kxeUvhl_VTsubpaQ-C6P-64" parent="kxeUvhl_VTsubpaQ-C6P-61" style="text;strokeColor=none;fillColor=none;align=left;verticalAlign=top;spacingLeft=4;spacingRight=4;overflow=hidden;rotatable=0;points=[[0,0.5],[1,0.5]];portConstraint=eastwest;whiteSpace=wrap;html=1;" value="+registerAll(registry : ProgramRegistry) : void" vertex="1">
          <mxGeometry height="30" width="300" y="30" as="geometry" />
        </mxCell>
        <mxCell id="kxeUvhl_VTsubpaQ-C6P-74" edge="1" parent="1" source="kxeUvhl_VTsubpaQ-C6P-4" style="edgeStyle=orthogonalEdgeStyle;rounded=0;orthogonalLoop=1;jettySize=auto;html=1;exitX=0.75;exitY=0;exitDx=0;exitDy=0;entryX=1.013;entryY=0.204;entryDx=0;entryDy=0;entryPerimeter=0;endArrow=diamond;endFill=1;endSize=12;" target="kxeUvhl_VTsubpaQ-C6P-39">
          <mxGeometry relative="1" as="geometry" />
        </mxCell>
        <mxCell id="kxeUvhl_VTsubpaQ-C6P-77" parent="1" style="swimlane;fontStyle=1;align=center;verticalAlign=top;childLayout=stackLayout;horizontal=1;startSize=20;horizontalStack=0;resizeParent=1;resizeParentMax=0;resizeLast=0;collapsible=1;marginBottom=0;whiteSpace=wrap;html=1;" value="ControlPanel" vertex="1">
-           <mxGeometry height="110" width="510" x="-2780" y="-680" as="geometry" />
+           <mxGeometry height="110" width="510" x="-680" y="-1080" as="geometry" />
        </mxCell>
        <mxCell id="kxeUvhl_VTsubpaQ-C6P-78" parent="kxeUvhl_VTsubpaQ-C6P-77" style="text;strokeColor=none;fillColor=none;align=left;verticalAlign=top;spacingLeft=4;spacingRight=4;overflow=hidden;rotatable=0;points=[[0,0.5],[1,0.5]];portConstraint=eastwest;whiteSpace=wrap;html=1;" value="&lt;div&gt;-api : RobotApi&lt;/div&gt;&lt;div&gt;+environments : List&amp;lt;environment&amp;gt;&lt;/div&gt;" vertex="1">
          <mxGeometry height="60" width="510" y="20" as="geometry" />
        </mxCell>
        <mxCell id="kxeUvhl_VTsubpaQ-C6P-79" parent="kxeUvhl_VTsubpaQ-C6P-77" style="line;strokeWidth=1;fillColor=none;align=left;verticalAlign=middle;spacingTop=-1;spacingLeft=3;spacingRight=3;rotatable=0;labelPosition=right;points=[];portConstraint=eastwest;strokeColor=inherit;" value="" vertex="1">
          <mxGeometry height="8" width="510" y="80" as="geometry" />
        </mxCell>
        <mxCell id="kxeUvhl_VTsubpaQ-C6P-80" parent="kxeUvhl_VTsubpaQ-C6P-77" style="text;strokeColor=none;fillColor=none;align=left;verticalAlign=top;spacingLeft=4;spacingRight=4;overflow=hidden;rotatable=0;points=[[0,0.5],[1,0.5]];portConstraint=eastwest;whiteSpace=wrap;html=1;" value="+setTrackVelocities(left : Double, right : Double) : void" vertex="1">
          <mxGeometry height="22" width="510" y="88" as="geometry" />
+         </mxCell>
+         <mxCell id="irVMrPAiL1bto5d27LNO-1" edge="1" parent="1" source="kxeUvhl_VTsubpaQ-C6P-56" style="edgeStyle=orthogonalEdgeStyle;rounded=0;orthogonalLoop=1;jettySize=auto;html=1;exitX=0;exitY=0.75;exitDx=0;exitDy=0;endArrow=none;endFill=0;startArrow=classic;startFill=1;">
+           <mxGeometry relative="1" as="geometry">
+             <mxPoint x="-2530" y="-540" as="targetPoint" />
+           </mxGeometry>
+         </mxCell>
+         <mxCell id="irVMrPAiL1bto5d27LNO-2" edge="1" parent="1" source="kxeUvhl_VTsubpaQ-C6P-4" style="edgeStyle=orthogonalEdgeStyle;rounded=0;orthogonalLoop=1;jettySize=auto;html=1;exitX=0;exitY=0.25;exitDx=0;exitDy=0;entryX=1.006;entryY=0.144;entryDx=0;entryDy=0;entryPerimeter=0;" target="kxeUvhl_VTsubpaQ-C6P-1">
+           <mxGeometry relative="1" as="geometry" />
+         </mxCell>
+         <mxCell id="irVMrPAiL1bto5d27LNO-3" connectable="0" parent="irVMrPAiL1bto5d27LNO-2" style="edgeLabel;html=1;align=center;verticalAlign=middle;resizable=0;points=[];" value="Executes" vertex="1">
+           <mxGeometry relative="1" x="0.0677" y="-1" as="geometry">
+             <mxPoint as="offset" />
+           </mxGeometry>
+         </mxCell>
+         <mxCell id="irVMrPAiL1bto5d27LNO-4" edge="1" parent="1" source="kxeUvhl_VTsubpaQ-C6P-52" style="edgeStyle=orthogonalEdgeStyle;rounded=0;orthogonalLoop=1;jettySize=auto;html=1;entryX=0.168;entryY=-0.004;entryDx=0;entryDy=0;entryPerimeter=0;endArrow=none;endFill=0;startArrow=diamond;startFill=1;startSize=12;" target="kxeUvhl_VTsubpaQ-C6P-13">
+           <mxGeometry relative="1" as="geometry" />
+         </mxCell>
+         <mxCell id="irVMrPAiL1bto5d27LNO-18" edge="1" parent="1" source="irVMrPAiL1bto5d27LNO-6" style="edgeStyle=orthogonalEdgeStyle;rounded=0;orthogonalLoop=1;jettySize=auto;html=1;entryX=0.5;entryY=1;entryDx=0;entryDy=0;endArrow=block;endFill=0;endSize=12;dashed=1;" target="irVMrPAiL1bto5d27LNO-10">
+           <mxGeometry relative="1" as="geometry" />
+         </mxCell>
+         <mxCell id="irVMrPAiL1bto5d27LNO-6" parent="1" style="swimlane;fontStyle=1;align=center;verticalAlign=top;childLayout=stackLayout;horizontal=1;startSize=20;horizontalStack=0;resizeParent=1;resizeParentMax=0;resizeLast=0;collapsible=1;marginBottom=0;whiteSpace=wrap;html=1;" value="&lt;i&gt;AbstractSubject&lt;/i&gt;&amp;lt;T&amp;gt;" vertex="1">
+           <mxGeometry height="58" width="510" x="-1000" y="-520" as="geometry" />
+         </mxCell>
+         <mxCell id="irVMrPAiL1bto5d27LNO-7" parent="irVMrPAiL1bto5d27LNO-6" style="text;strokeColor=none;fillColor=none;align=left;verticalAlign=top;spacingLeft=4;spacingRight=4;overflow=hidden;rotatable=0;points=[[0,0.5],[1,0.5]];portConstraint=eastwest;whiteSpace=wrap;html=1;" value="-observers : MutableSet&amp;lt;Observer&amp;lt;T&amp;gt;&amp;gt;" vertex="1">
+           <mxGeometry height="30" width="510" y="20" as="geometry" />
+         </mxCell>
+         <mxCell id="irVMrPAiL1bto5d27LNO-8" parent="irVMrPAiL1bto5d27LNO-6" style="line;strokeWidth=1;fillColor=none;align=left;verticalAlign=middle;spacingTop=-1;spacingLeft=3;spacingRight=3;rotatable=0;labelPosition=right;points=[];portConstraint=eastwest;strokeColor=inherit;" value="" vertex="1">
+           <mxGeometry height="8" width="510" y="50" as="geometry" />
+         </mxCell>
+         <mxCell id="irVMrPAiL1bto5d27LNO-10" parent="1" style="swimlane;fontStyle=1;align=center;verticalAlign=top;childLayout=stackLayout;horizontal=1;startSize=40;horizontalStack=0;resizeParent=1;resizeParentMax=0;resizeLast=0;collapsible=1;marginBottom=0;whiteSpace=wrap;html=1;" value="«interface»&lt;div&gt;Subject&amp;lt;T&amp;gt;&lt;/div&gt;" vertex="1">
+           <mxGeometry height="110" width="510" x="-1000" y="-690" as="geometry" />
+         </mxCell>
+         <mxCell id="irVMrPAiL1bto5d27LNO-12" parent="irVMrPAiL1bto5d27LNO-10" style="line;strokeWidth=1;fillColor=none;align=left;verticalAlign=middle;spacingTop=-1;spacingLeft=3;spacingRight=3;rotatable=0;labelPosition=right;points=[];portConstraint=eastwest;strokeColor=inherit;" value="" vertex="1">
+           <mxGeometry height="8" width="510" y="40" as="geometry" />
+         </mxCell>
+         <mxCell id="irVMrPAiL1bto5d27LNO-13" parent="irVMrPAiL1bto5d27LNO-10" style="text;strokeColor=none;fillColor=none;align=left;verticalAlign=top;spacingLeft=4;spacingRight=4;overflow=hidden;rotatable=0;points=[[0,0.5],[1,0.5]];portConstraint=eastwest;whiteSpace=wrap;html=1;" value="&lt;div&gt;+subscribe(observer : Observer&amp;lt;T&amp;gt;)&lt;/div&gt;&lt;div&gt;+unsubscribe(observer : Observer&amp;lt;T&amp;gt;)&lt;/div&gt;&lt;div&gt;+notifyObservers(value : T)&lt;/div&gt;" vertex="1">
+           <mxGeometry height="62" width="510" y="48" as="geometry" />
+         </mxCell>
+         <mxCell id="irVMrPAiL1bto5d27LNO-14" parent="1" style="swimlane;fontStyle=1;align=center;verticalAlign=top;childLayout=stackLayout;horizontal=1;startSize=40;horizontalStack=0;resizeParent=1;resizeParentMax=0;resizeLast=0;collapsible=1;marginBottom=0;whiteSpace=wrap;html=1;" value="«interface»&lt;br&gt;&lt;div&gt;Observer&amp;lt;T&amp;gt;&lt;/div&gt;" vertex="1">
+           <mxGeometry height="100" width="250" x="-180" y="-520" as="geometry" />
+         </mxCell>
+         <mxCell id="irVMrPAiL1bto5d27LNO-15" parent="irVMrPAiL1bto5d27LNO-14" style="text;strokeColor=none;fillColor=none;align=left;verticalAlign=top;spacingLeft=4;spacingRight=4;overflow=hidden;rotatable=0;points=[[0,0.5],[1,0.5]];portConstraint=eastwest;whiteSpace=wrap;html=1;" value="-observers : MutableSet&amp;lt;Observer&amp;lt;T&amp;gt;&amp;gt;" vertex="1">
+           <mxGeometry height="30" width="250" y="40" as="geometry" />
+         </mxCell>
+         <mxCell id="irVMrPAiL1bto5d27LNO-16" parent="irVMrPAiL1bto5d27LNO-14" style="line;strokeWidth=1;fillColor=none;align=left;verticalAlign=middle;spacingTop=-1;spacingLeft=3;spacingRight=3;rotatable=0;labelPosition=right;points=[];portConstraint=eastwest;strokeColor=inherit;" value="" vertex="1">
+           <mxGeometry height="8" width="250" y="70" as="geometry" />
+         </mxCell>
+         <mxCell id="irVMrPAiL1bto5d27LNO-17" parent="irVMrPAiL1bto5d27LNO-14" style="text;strokeColor=none;fillColor=none;align=left;verticalAlign=top;spacingLeft=4;spacingRight=4;overflow=hidden;rotatable=0;points=[[0,0.5],[1,0.5]];portConstraint=eastwest;whiteSpace=wrap;html=1;" value="+onUpdate(value : T)" vertex="1">
+           <mxGeometry height="22" width="250" y="78" as="geometry" />
+         </mxCell>
+         <mxCell id="irVMrPAiL1bto5d27LNO-25" edge="1" parent="1" source="irVMrPAiL1bto5d27LNO-21" style="edgeStyle=orthogonalEdgeStyle;rounded=0;orthogonalLoop=1;jettySize=auto;html=1;exitX=0.5;exitY=0;exitDx=0;exitDy=0;entryX=0.5;entryY=1;entryDx=0;entryDy=0;dashed=1;endArrow=block;endFill=0;endSize=12;" target="kxeUvhl_VTsubpaQ-C6P-56">
+           <mxGeometry relative="1" as="geometry" />
+         </mxCell>
+         <mxCell id="irVMrPAiL1bto5d27LNO-21" parent="1" style="swimlane;fontStyle=1;align=center;verticalAlign=top;childLayout=stackLayout;horizontal=1;startSize=40;horizontalStack=0;resizeParent=1;resizeParentMax=0;resizeLast=0;collapsible=1;marginBottom=0;whiteSpace=wrap;html=1;" value="FindHeatSourceProgram" vertex="1">
+           <mxGeometry height="110" width="230" x="-2140" y="-690" as="geometry" />
+         </mxCell>
+         <mxCell id="irVMrPAiL1bto5d27LNO-22" parent="irVMrPAiL1bto5d27LNO-21" style="text;strokeColor=none;fillColor=none;align=left;verticalAlign=top;spacingLeft=4;spacingRight=4;overflow=hidden;rotatable=0;points=[[0,0.5],[1,0.5]];portConstraint=eastwest;whiteSpace=wrap;html=1;" value="+name : String" vertex="1">
+           <mxGeometry height="20" width="230" y="40" as="geometry" />
+         </mxCell>
+         <mxCell id="irVMrPAiL1bto5d27LNO-23" parent="irVMrPAiL1bto5d27LNO-21" style="line;strokeWidth=1;fillColor=none;align=left;verticalAlign=middle;spacingTop=-1;spacingLeft=3;spacingRight=3;rotatable=0;labelPosition=right;points=[];portConstraint=eastwest;strokeColor=inherit;" value="" vertex="1">
+           <mxGeometry height="8" width="230" y="60" as="geometry" />
+         </mxCell>
+         <mxCell id="irVMrPAiL1bto5d27LNO-24" parent="irVMrPAiL1bto5d27LNO-21" style="text;strokeColor=none;fillColor=none;align=left;verticalAlign=top;spacingLeft=4;spacingRight=4;overflow=hidden;rotatable=0;points=[[0,0.5],[1,0.5]];portConstraint=eastwest;whiteSpace=wrap;html=1;" value="&lt;div&gt;+&lt;i&gt;startProgram&lt;/i&gt;(robot : RobotApi) : void&lt;/div&gt;&lt;div&gt;+&lt;i&gt;stopProgram&lt;/i&gt;(robot : RobotApi) : void&lt;/div&gt;" vertex="1">
+           <mxGeometry height="42" width="230" y="68" as="geometry" />
+         </mxCell>
+         <mxCell id="irVMrPAiL1bto5d27LNO-33" edge="1" parent="1" source="irVMrPAiL1bto5d27LNO-29" style="edgeStyle=orthogonalEdgeStyle;rounded=0;orthogonalLoop=1;jettySize=auto;html=1;exitX=0.5;exitY=0;exitDx=0;exitDy=0;entryX=0.5;entryY=1;entryDx=0;entryDy=0;dashed=1;endArrow=block;endFill=0;" target="kxeUvhl_VTsubpaQ-C6P-1">
+           <mxGeometry relative="1" as="geometry" />
+         </mxCell>
+         <mxCell id="irVMrPAiL1bto5d27LNO-29" parent="1" style="swimlane;fontStyle=1;align=center;verticalAlign=top;childLayout=stackLayout;horizontal=1;startSize=26;horizontalStack=0;resizeParent=1;resizeParentMax=0;resizeLast=0;collapsible=1;marginBottom=0;whiteSpace=wrap;html=1;" value="SetVelocityCommand" vertex="1">
+           <mxGeometry height="140" width="270" x="-3050" y="23" as="geometry" />
+         </mxCell>
+         <mxCell id="irVMrPAiL1bto5d27LNO-30" parent="irVMrPAiL1bto5d27LNO-29" style="text;strokeColor=none;fillColor=none;align=left;verticalAlign=top;spacingLeft=4;spacingRight=4;overflow=hidden;rotatable=0;points=[[0,0.5],[1,0.5]];portConstraint=eastwest;whiteSpace=wrap;html=1;" value="&lt;div&gt;-left : Double&lt;/div&gt;&lt;div&gt;-right ; Double&lt;/div&gt;&lt;div&gt;-prevLeft : Double&lt;/div&gt;&lt;div&gt;-prevRight : Double&lt;/div&gt;" vertex="1">
+           <mxGeometry height="64" width="270" y="26" as="geometry" />
+         </mxCell>
+         <mxCell id="irVMrPAiL1bto5d27LNO-31" parent="irVMrPAiL1bto5d27LNO-29" style="line;strokeWidth=1;fillColor=none;align=left;verticalAlign=middle;spacingTop=-1;spacingLeft=3;spacingRight=3;rotatable=0;labelPosition=right;points=[];portConstraint=eastwest;strokeColor=inherit;" value="" vertex="1">
+           <mxGeometry height="8" width="270" y="90" as="geometry" />
+         </mxCell>
+         <mxCell id="irVMrPAiL1bto5d27LNO-32" parent="irVMrPAiL1bto5d27LNO-29" style="text;strokeColor=none;fillColor=none;align=left;verticalAlign=top;spacingLeft=4;spacingRight=4;overflow=hidden;rotatable=0;points=[[0,0.5],[1,0.5]];portConstraint=eastwest;whiteSpace=wrap;html=1;" value="SetVelocityCommand(actuator : RobotActuator, left : Double, right : Double)" vertex="1">
+           <mxGeometry height="42" width="270" y="98" as="geometry" />
        </mxCell>
      </root>
    </mxGraphModel>
  </diagram>
</mxfile>
